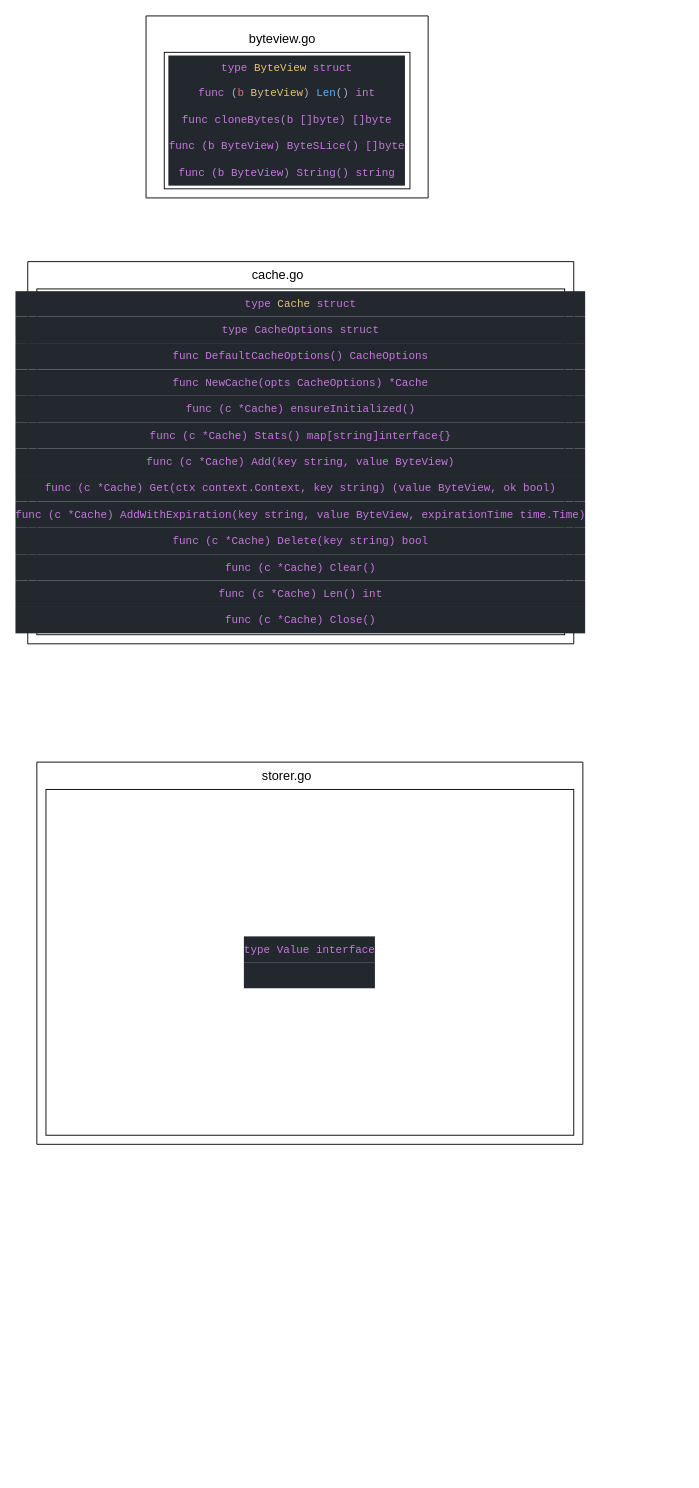
The draw.io diagram gdc.drawio in LingoRihood/GoDistributeCache, before the edit. Source tidied: cells renumbered, new cells numbered last; positions are measured from the earlier drawing's top-left corner, leaving out a move shared by most shapes. Both pictures are drawn from the tidied source at 91%, with x=0, y=0 at pixel (27, 15).
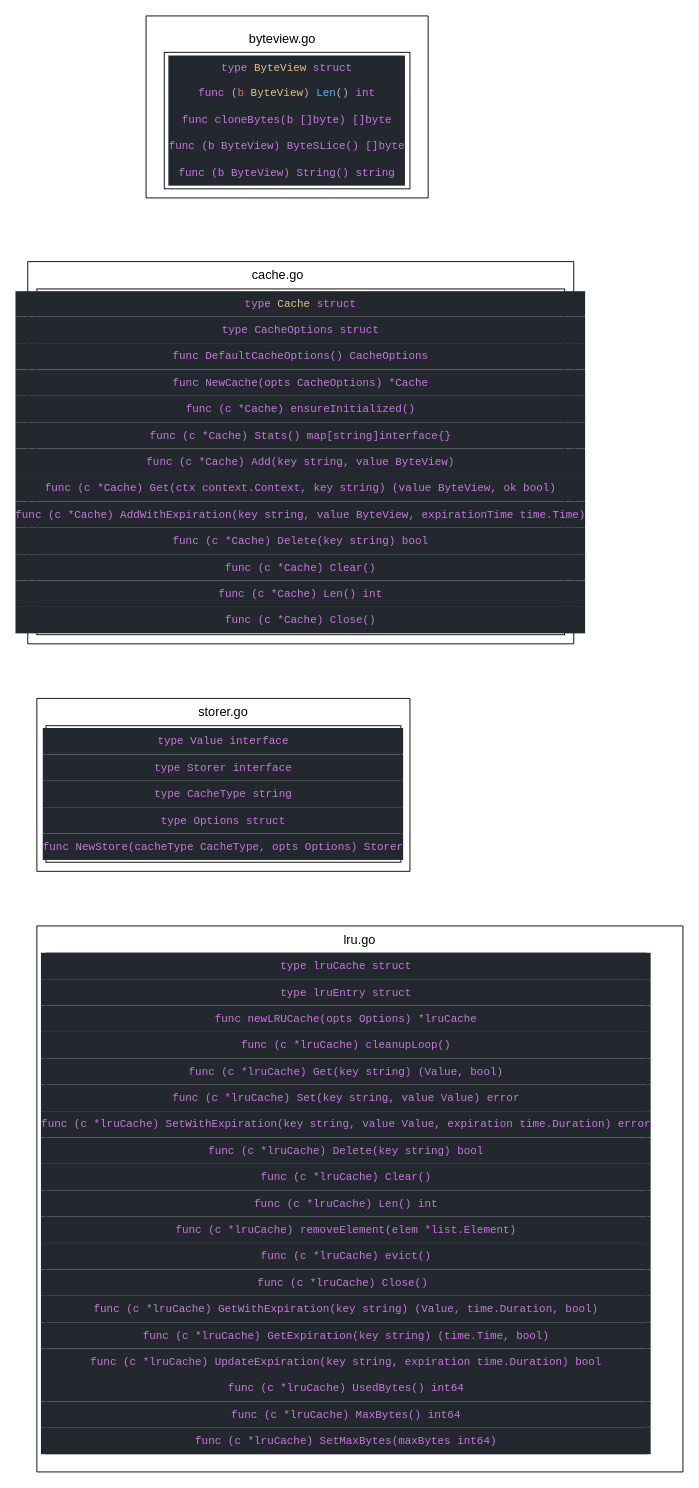
After the change.

Change to the diagram source:
```diff
@@
 <mxGraphModel>
   <root>
     <mxCell id="0" />
     <mxCell id="1" parent="0" />
     <mxCell id="2" style="swimlane;startSize=0;" parent="1" vertex="1">
       <mxGeometry x="130" width="310" height="200" as="geometry" />
     </mxCell>
     <mxCell id="3" value="&lt;div style=&quot;color: rgb(171, 178, 191); background-color: rgb(35, 39, 46); font-family: Consolas, &amp;quot;Courier New&amp;quot;, monospace; line-height: 28px; white-space: pre;&quot;&gt;&lt;font style=&quot;font-size: 12px;&quot;&gt;&lt;span style=&quot;color: rgb(198, 120, 221);&quot;&gt;type&lt;/span&gt; &lt;span style=&quot;color: rgb(229, 192, 123);&quot;&gt;ByteView&lt;/span&gt; &lt;span style=&quot;color: rgb(198, 120, 221);&quot;&gt;struct&lt;/span&gt;&lt;/font&gt;&lt;/div&gt;&lt;div style=&quot;background-color: rgb(35, 39, 46); line-height: 28px; color: rgb(171, 178, 191);&quot;&gt;&lt;font style=&quot;&quot;&gt;&lt;span style=&quot;color: rgb(198, 120, 221);&quot;&gt;&lt;div style=&quot;color: rgb(171, 178, 191); font-family: Consolas, &amp;quot;Courier New&amp;quot;, monospace; font-size: 12px; white-space: pre; line-height: 28px;&quot;&gt;&lt;span style=&quot;color: rgb(198, 120, 221);&quot;&gt;func&lt;/span&gt; (&lt;span style=&quot;color: rgb(224, 108, 117);&quot;&gt;b &lt;/span&gt;&lt;span style=&quot;color: rgb(229, 192, 123);&quot;&gt;ByteView&lt;/span&gt;) &lt;span style=&quot;color: rgb(97, 175, 239);&quot;&gt;Len&lt;/span&gt;() &lt;span style=&quot;color: rgb(198, 120, 221);&quot;&gt;int&lt;/span&gt;&lt;/div&gt;&lt;div style=&quot;color: rgb(171, 178, 191); line-height: 28px;&quot;&gt;&lt;span style=&quot;color: rgb(198, 120, 221);&quot;&gt;&lt;font color=&quot;#c678dd&quot; face=&quot;Consolas, Courier New, monospace&quot;&gt;&lt;span style=&quot;white-space: pre;&quot;&gt;func cloneBytes(b []byte) []byte&lt;/span&gt;&lt;/font&gt;&lt;/span&gt;&lt;/div&gt;&lt;div style=&quot;color: rgb(171, 178, 191); line-height: 28px;&quot;&gt;&lt;span style=&quot;color: rgb(198, 120, 221);&quot;&gt;&lt;font color=&quot;#c678dd&quot; face=&quot;Consolas, Courier New, monospace&quot;&gt;&lt;span style=&quot;white-space: pre;&quot;&gt;func (b ByteView) ByteSLice() []byte&lt;/span&gt;&lt;/font&gt;&lt;/span&gt;&lt;/div&gt;&lt;div style=&quot;line-height: 28px; color: rgb(171, 178, 191);&quot;&gt;&lt;span style=&quot;color: rgb(198, 120, 221);&quot;&gt;&lt;font color=&quot;#c678dd&quot; face=&quot;Consolas, Courier New, monospace&quot;&gt;&lt;span style=&quot;white-space: pre;&quot;&gt;func (b ByteView) String() string&lt;/span&gt;&lt;/font&gt;&lt;/span&gt;&lt;/div&gt;&lt;/span&gt;&lt;/font&gt;&lt;/div&gt;" style="whiteSpace=wrap;html=1;" parent="2" vertex="1">
       <mxGeometry x="20" y="40" width="270" height="150" as="geometry" />
     </mxCell>
     <mxCell id="4" style="swimlane;startSize=0;" parent="1" vertex="1">
       <mxGeometry y="270" width="600" height="420" as="geometry" />
     </mxCell>
     <mxCell id="5" value="&lt;font style=&quot;font-size: 14px;&quot;&gt;cache.go&lt;/font&gt;" style="text;html=1;whiteSpace=wrap;strokeColor=none;fillColor=none;align=center;verticalAlign=middle;rounded=0;" parent="4" vertex="1">
       <mxGeometry x="225" width="100" height="30" as="geometry" />
     </mxCell>
     <mxCell id="6" value="&lt;font style=&quot;font-size: 14px;&quot;&gt;byteview.go&lt;/font&gt;" style="text;html=1;whiteSpace=wrap;strokeColor=none;fillColor=none;align=center;verticalAlign=middle;rounded=0;" parent="1" vertex="1">
       <mxGeometry x="230" y="10" width="100" height="30" as="geometry" />
     </mxCell>
     <mxCell id="7" value="&lt;div style=&quot;color: rgb(171, 178, 191); background-color: rgb(35, 39, 46); font-family: Consolas, &amp;quot;Courier New&amp;quot;, monospace; line-height: 28px; white-space: pre;&quot;&gt;&lt;font style=&quot;font-size: 12px;&quot;&gt;&lt;span style=&quot;color: rgb(198, 120, 221);&quot;&gt;type&lt;/span&gt; &lt;span style=&quot;color: rgb(229, 192, 123);&quot;&gt;Cache&lt;/span&gt; &lt;span style=&quot;color: rgb(198, 120, 221);&quot;&gt;struct&lt;/span&gt;&lt;/font&gt;&lt;/div&gt;&lt;div style=&quot;background-color: rgb(35, 39, 46); line-height: 28px; color: rgb(171, 178, 191);&quot;&gt;&lt;font style=&quot;&quot;&gt;&lt;span style=&quot;color: rgb(198, 120, 221);&quot;&gt;&lt;font color=&quot;#c678dd&quot; face=&quot;Consolas, Courier New, monospace&quot;&gt;&lt;span style=&quot;white-space: pre;&quot;&gt;type CacheOptions struct&lt;/span&gt;&lt;/font&gt;&lt;/span&gt;&lt;/font&gt;&lt;/div&gt;&lt;div style=&quot;background-color: rgb(35, 39, 46); line-height: 28px; color: rgb(171, 178, 191);&quot;&gt;&lt;font style=&quot;&quot;&gt;&lt;span style=&quot;color: rgb(198, 120, 221);&quot;&gt;&lt;font color=&quot;#c678dd&quot; face=&quot;Consolas, Courier New, monospace&quot;&gt;&lt;span style=&quot;white-space: pre;&quot;&gt;func DefaultCacheOptions() CacheOptions&lt;/span&gt;&lt;/font&gt;&lt;/span&gt;&lt;/font&gt;&lt;/div&gt;&lt;div style=&quot;background-color: rgb(35, 39, 46); line-height: 28px; color: rgb(171, 178, 191);&quot;&gt;&lt;font style=&quot;&quot;&gt;&lt;span style=&quot;color: rgb(198, 120, 221);&quot;&gt;&lt;font color=&quot;#c678dd&quot; face=&quot;Consolas, Courier New, monospace&quot;&gt;&lt;span style=&quot;white-space: pre;&quot;&gt;func NewCache(opts CacheOptions) *Cache&lt;/span&gt;&lt;/font&gt;&lt;/span&gt;&lt;/font&gt;&lt;/div&gt;&lt;div style=&quot;background-color: rgb(35, 39, 46); line-height: 28px; color: rgb(171, 178, 191);&quot;&gt;&lt;font style=&quot;&quot;&gt;&lt;span style=&quot;color: rgb(198, 120, 221);&quot;&gt;&lt;font color=&quot;#c678dd&quot; face=&quot;Consolas, Courier New, monospace&quot;&gt;&lt;span style=&quot;white-space: pre;&quot;&gt;func (c *Cache) ensureInitialized()&lt;/span&gt;&lt;/font&gt;&lt;/span&gt;&lt;/font&gt;&lt;/div&gt;&lt;div style=&quot;background-color: rgb(35, 39, 46); line-height: 28px; color: rgb(171, 178, 191);&quot;&gt;&lt;font style=&quot;&quot;&gt;&lt;span style=&quot;color: rgb(198, 120, 221);&quot;&gt;&lt;font color=&quot;#c678dd&quot; face=&quot;Consolas, Courier New, monospace&quot;&gt;&lt;span style=&quot;white-space: pre;&quot;&gt;func (c *Cache) Stats() map[string]interface{}&lt;/span&gt;&lt;/font&gt;&lt;/span&gt;&lt;/font&gt;&lt;/div&gt;&lt;div style=&quot;background-color: rgb(35, 39, 46); line-height: 28px; color: rgb(171, 178, 191);&quot;&gt;&lt;font style=&quot;&quot;&gt;&lt;span style=&quot;color: rgb(198, 120, 221);&quot;&gt;&lt;font color=&quot;#c678dd&quot; face=&quot;Consolas, Courier New, monospace&quot;&gt;&lt;span style=&quot;white-space: pre;&quot;&gt;func (c *Cache) Add(key string, value ByteView)&lt;/span&gt;&lt;/font&gt;&lt;/span&gt;&lt;/font&gt;&lt;/div&gt;&lt;div style=&quot;background-color: rgb(35, 39, 46); line-height: 28px; color: rgb(171, 178, 191);&quot;&gt;&lt;font style=&quot;&quot;&gt;&lt;span style=&quot;color: rgb(198, 120, 221);&quot;&gt;&lt;font color=&quot;#c678dd&quot; face=&quot;Consolas, Courier New, monospace&quot;&gt;&lt;span style=&quot;white-space: pre;&quot;&gt;func (c *Cache) Get(ctx context.Context, key string) (value ByteView, ok bool)&lt;/span&gt;&lt;/font&gt;&lt;/span&gt;&lt;/font&gt;&lt;/div&gt;&lt;div style=&quot;background-color: rgb(35, 39, 46); line-height: 28px; color: rgb(171, 178, 191);&quot;&gt;&lt;font style=&quot;&quot;&gt;&lt;span style=&quot;color: rgb(198, 120, 221);&quot;&gt;&lt;font color=&quot;#c678dd&quot; face=&quot;Consolas, Courier New, monospace&quot;&gt;&lt;span style=&quot;white-space: pre;&quot;&gt;func (c *Cache) AddWithExpiration(key string, value ByteView, expirationTime time.Time)&lt;/span&gt;&lt;/font&gt;&lt;/span&gt;&lt;/font&gt;&lt;/div&gt;&lt;div style=&quot;background-color: rgb(35, 39, 46); line-height: 28px; color: rgb(171, 178, 191);&quot;&gt;&lt;font style=&quot;&quot;&gt;&lt;span style=&quot;color: rgb(198, 120, 221);&quot;&gt;&lt;font color=&quot;#c678dd&quot; face=&quot;Consolas, Courier New, monospace&quot;&gt;&lt;span style=&quot;white-space: pre;&quot;&gt;func (c *Cache) Delete(key string) bool&lt;/span&gt;&lt;/font&gt;&lt;/span&gt;&lt;/font&gt;&lt;/div&gt;&lt;div style=&quot;background-color: rgb(35, 39, 46); line-height: 28px; color: rgb(171, 178, 191);&quot;&gt;&lt;font style=&quot;&quot;&gt;&lt;span style=&quot;color: rgb(198, 120, 221);&quot;&gt;&lt;font color=&quot;#c678dd&quot; face=&quot;Consolas, Courier New, monospace&quot;&gt;&lt;span style=&quot;white-space: pre;&quot;&gt;func (c *Cache) Clear()&lt;/span&gt;&lt;/font&gt;&lt;/span&gt;&lt;/font&gt;&lt;/div&gt;&lt;div style=&quot;background-color: rgb(35, 39, 46); line-height: 28px; color: rgb(171, 178, 191);&quot;&gt;&lt;font style=&quot;&quot;&gt;&lt;span style=&quot;color: rgb(198, 120, 221);&quot;&gt;&lt;font color=&quot;#c678dd&quot; face=&quot;Consolas, Courier New, monospace&quot;&gt;&lt;span style=&quot;white-space: pre;&quot;&gt;func (c *Cache) Len() int&lt;/span&gt;&lt;/font&gt;&lt;/span&gt;&lt;/font&gt;&lt;/div&gt;&lt;div style=&quot;background-color: rgb(35, 39, 46); line-height: 28px; color: rgb(171, 178, 191);&quot;&gt;&lt;font color=&quot;#c678dd&quot; face=&quot;Consolas, Courier New, monospace&quot;&gt;&lt;span style=&quot;white-space: pre;&quot;&gt;func (c *Cache) Close()&lt;/span&gt;&lt;/font&gt;&lt;/div&gt;" style="whiteSpace=wrap;html=1;" parent="1" vertex="1">
       <mxGeometry x="10" y="300" width="580" height="380" as="geometry" />
     </mxCell>
     <mxCell id="8" style="swimlane;startSize=0;" parent="1" vertex="1">
-      <mxGeometry x="10" y="820" width="600" height="420" as="geometry" />
+      <mxGeometry x="10" y="750" width="410" height="190" as="geometry" />
     </mxCell>
     <mxCell id="9" value="&lt;font style=&quot;font-size: 14px;&quot;&gt;storer.go&lt;/font&gt;" style="text;html=1;whiteSpace=wrap;strokeColor=none;fillColor=none;align=center;verticalAlign=middle;rounded=0;" parent="8" vertex="1">
-      <mxGeometry x="225" width="100" height="30" as="geometry" />
+      <mxGeometry x="155" width="100" height="30" as="geometry" />
     </mxCell>
-    <mxCell id="10" value="&lt;div style=&quot;background-color: rgb(35, 39, 46); line-height: 28px; color: rgb(171, 178, 191);&quot;&gt;&lt;font color=&quot;#c678dd&quot; face=&quot;Consolas, Courier New, monospace&quot;&gt;&lt;span style=&quot;white-space: pre;&quot;&gt;type Value interface&lt;/span&gt;&lt;/font&gt;&lt;/div&gt;&lt;div style=&quot;background-color: rgb(35, 39, 46); line-height: 28px; color: rgb(171, 178, 191);&quot;&gt;&lt;br&gt;&lt;/div&gt;" style="whiteSpace=wrap;html=1;" parent="1" vertex="1">
-      <mxGeometry x="20" y="850" width="580" height="380" as="geometry" />
+    <mxCell id="10" value="&lt;div style=&quot;background-color: rgb(35, 39, 46); line-height: 28px; color: rgb(171, 178, 191);&quot;&gt;&lt;font color=&quot;#c678dd&quot; face=&quot;Consolas, Courier New, monospace&quot;&gt;&lt;span style=&quot;white-space: pre;&quot;&gt;type Value interface&lt;/span&gt;&lt;/font&gt;&lt;/div&gt;&lt;div style=&quot;background-color: rgb(35, 39, 46); line-height: 28px; color: rgb(171, 178, 191);&quot;&gt;&lt;font color=&quot;#c678dd&quot; face=&quot;Consolas, Courier New, monospace&quot;&gt;&lt;span style=&quot;white-space: pre;&quot;&gt;type Storer interface&lt;/span&gt;&lt;/font&gt;&lt;/div&gt;&lt;div style=&quot;background-color: rgb(35, 39, 46); line-height: 28px; color: rgb(171, 178, 191);&quot;&gt;&lt;font color=&quot;#c678dd&quot; face=&quot;Consolas, Courier New, monospace&quot;&gt;&lt;span style=&quot;white-space: pre;&quot;&gt;type CacheType string&lt;/span&gt;&lt;/font&gt;&lt;/div&gt;&lt;div style=&quot;background-color: rgb(35, 39, 46); line-height: 28px; color: rgb(171, 178, 191);&quot;&gt;&lt;font color=&quot;#c678dd&quot; face=&quot;Consolas, Courier New, monospace&quot;&gt;&lt;span style=&quot;white-space: pre;&quot;&gt;type Options struct&lt;/span&gt;&lt;/font&gt;&lt;/div&gt;&lt;div style=&quot;background-color: rgb(35, 39, 46); line-height: 28px; color: rgb(171, 178, 191);&quot;&gt;&lt;font color=&quot;#c678dd&quot; face=&quot;Consolas, Courier New, monospace&quot;&gt;&lt;span style=&quot;white-space: pre;&quot;&gt;func NewStore(cacheType CacheType, opts Options) Storer&lt;/span&gt;&lt;/font&gt;&lt;/div&gt;" style="whiteSpace=wrap;html=1;" parent="1" vertex="1">
+      <mxGeometry x="20" y="780" width="390" height="150" as="geometry" />
     </mxCell>
+    <mxCell id="11" style="swimlane;startSize=0;" parent="1" vertex="1">
+      <mxGeometry x="10" y="1000" width="710" height="600" as="geometry" />
+    </mxCell>
+    <mxCell id="12" value="&lt;font style=&quot;font-size: 14px;&quot;&gt;lru.go&lt;/font&gt;" style="text;html=1;whiteSpace=wrap;strokeColor=none;fillColor=none;align=center;verticalAlign=middle;rounded=0;" parent="11" vertex="1">
+      <mxGeometry x="305" width="100" height="30" as="geometry" />
+    </mxCell>
+    <mxCell id="13" value="&lt;div style=&quot;background-color: rgb(35, 39, 46); line-height: 28px; color: rgb(171, 178, 191);&quot;&gt;&lt;font color=&quot;#c678dd&quot; face=&quot;Consolas, Courier New, monospace&quot;&gt;&lt;span style=&quot;white-space: pre;&quot;&gt;type lruCache struct&lt;/span&gt;&lt;/font&gt;&lt;/div&gt;&lt;div style=&quot;background-color: rgb(35, 39, 46); line-height: 28px; color: rgb(171, 178, 191);&quot;&gt;&lt;font color=&quot;#c678dd&quot; face=&quot;Consolas, Courier New, monospace&quot;&gt;&lt;span style=&quot;white-space: pre;&quot;&gt;type lruEntry struct&lt;/span&gt;&lt;/font&gt;&lt;/div&gt;&lt;div style=&quot;background-color: rgb(35, 39, 46); line-height: 28px; color: rgb(171, 178, 191);&quot;&gt;&lt;font color=&quot;#c678dd&quot; face=&quot;Consolas, Courier New, monospace&quot;&gt;&lt;span style=&quot;white-space: pre;&quot;&gt;func newLRUCache(opts Options) *lruCache&lt;/span&gt;&lt;/font&gt;&lt;/div&gt;&lt;div style=&quot;background-color: rgb(35, 39, 46); line-height: 28px; color: rgb(171, 178, 191);&quot;&gt;&lt;font color=&quot;#c678dd&quot; face=&quot;Consolas, Courier New, monospace&quot;&gt;&lt;span style=&quot;white-space: pre;&quot;&gt;func (c *lruCache) cleanupLoop()&lt;/span&gt;&lt;/font&gt;&lt;/div&gt;&lt;div style=&quot;background-color: rgb(35, 39, 46); line-height: 28px; color: rgb(171, 178, 191);&quot;&gt;&lt;font color=&quot;#c678dd&quot; face=&quot;Consolas, Courier New, monospace&quot;&gt;&lt;span style=&quot;white-space: pre;&quot;&gt;func (c *lruCache) Get(key string) (Value, bool)&lt;/span&gt;&lt;/font&gt;&lt;/div&gt;&lt;div style=&quot;background-color: rgb(35, 39, 46); line-height: 28px; color: rgb(171, 178, 191);&quot;&gt;&lt;font color=&quot;#c678dd&quot; face=&quot;Consolas, Courier New, monospace&quot;&gt;&lt;span style=&quot;white-space: pre;&quot;&gt;func (c *lruCache) Set(key string, value Value) error&lt;/span&gt;&lt;/font&gt;&lt;/div&gt;&lt;div style=&quot;background-color: rgb(35, 39, 46); line-height: 28px; color: rgb(171, 178, 191);&quot;&gt;&lt;font color=&quot;#c678dd&quot; face=&quot;Consolas, Courier New, monospace&quot;&gt;&lt;span style=&quot;white-space: pre;&quot;&gt;func (c *lruCache) SetWithExpiration(key string, value Value, expiration time.Duration) error&lt;/span&gt;&lt;/font&gt;&lt;/div&gt;&lt;div style=&quot;background-color: rgb(35, 39, 46); line-height: 28px; color: rgb(171, 178, 191);&quot;&gt;&lt;font color=&quot;#c678dd&quot; face=&quot;Consolas, Courier New, monospace&quot;&gt;&lt;span style=&quot;white-space: pre;&quot;&gt;func (c *lruCache) Delete(key string) bool&lt;/span&gt;&lt;/font&gt;&lt;/div&gt;&lt;div style=&quot;background-color: rgb(35, 39, 46); line-height: 28px; color: rgb(171, 178, 191);&quot;&gt;&lt;font color=&quot;#c678dd&quot; face=&quot;Consolas, Courier New, monospace&quot;&gt;&lt;span style=&quot;white-space: pre;&quot;&gt;func (c *lruCache) Clear()&lt;/span&gt;&lt;/font&gt;&lt;/div&gt;&lt;div style=&quot;background-color: rgb(35, 39, 46); line-height: 28px; color: rgb(171, 178, 191);&quot;&gt;&lt;font color=&quot;#c678dd&quot; face=&quot;Consolas, Courier New, monospace&quot;&gt;&lt;span style=&quot;white-space: pre;&quot;&gt;func (c *lruCache) Len() int&lt;/span&gt;&lt;/font&gt;&lt;/div&gt;&lt;div style=&quot;background-color: rgb(35, 39, 46); line-height: 28px; color: rgb(171, 178, 191);&quot;&gt;&lt;font color=&quot;#c678dd&quot; face=&quot;Consolas, Courier New, monospace&quot;&gt;&lt;span style=&quot;white-space: pre;&quot;&gt;func (c *lruCache) removeElement(elem *list.Element)&lt;/span&gt;&lt;/font&gt;&lt;/div&gt;&lt;div style=&quot;background-color: rgb(35, 39, 46); line-height: 28px; color: rgb(171, 178, 191);&quot;&gt;&lt;font color=&quot;#c678dd&quot; face=&quot;Consolas, Courier New, monospace&quot;&gt;&lt;span style=&quot;white-space: pre;&quot;&gt;func (c *lruCache) evict()&lt;/span&gt;&lt;/font&gt;&lt;/div&gt;&lt;div style=&quot;background-color: rgb(35, 39, 46); line-height: 28px; color: rgb(171, 178, 191);&quot;&gt;&lt;font color=&quot;#c678dd&quot; face=&quot;Consolas, Courier New, monospace&quot;&gt;&lt;span style=&quot;white-space: pre;&quot;&gt;func (c *lruCache) Close()&amp;nbsp;&lt;/span&gt;&lt;/font&gt;&lt;/div&gt;&lt;div style=&quot;background-color: rgb(35, 39, 46); line-height: 28px; color: rgb(171, 178, 191);&quot;&gt;&lt;font color=&quot;#c678dd&quot; face=&quot;Consolas, Courier New, monospace&quot;&gt;&lt;span style=&quot;white-space: pre;&quot;&gt;func (c *lruCache) GetWithExpiration(key string) (Value, time.Duration, bool)&lt;/span&gt;&lt;/font&gt;&lt;/div&gt;&lt;div style=&quot;background-color: rgb(35, 39, 46); line-height: 28px; color: rgb(171, 178, 191);&quot;&gt;&lt;font color=&quot;#c678dd&quot; face=&quot;Consolas, Courier New, monospace&quot;&gt;&lt;span style=&quot;white-space: pre;&quot;&gt;func (c *lruCache) GetExpiration(key string) (time.Time, bool)&lt;/span&gt;&lt;/font&gt;&lt;/div&gt;&lt;div style=&quot;background-color: rgb(35, 39, 46); line-height: 28px; color: rgb(171, 178, 191);&quot;&gt;&lt;font color=&quot;#c678dd&quot; face=&quot;Consolas, Courier New, monospace&quot;&gt;&lt;span style=&quot;white-space: pre;&quot;&gt;func (c *lruCache) UpdateExpiration(key string, expiration time.Duration) bool&lt;/span&gt;&lt;/font&gt;&lt;/div&gt;&lt;div style=&quot;background-color: rgb(35, 39, 46); line-height: 28px; color: rgb(171, 178, 191);&quot;&gt;&lt;font color=&quot;#c678dd&quot; face=&quot;Consolas, Courier New, monospace&quot;&gt;&lt;span style=&quot;white-space: pre;&quot;&gt;func (c *lruCache) UsedBytes() int64&lt;/span&gt;&lt;/font&gt;&lt;/div&gt;&lt;div style=&quot;background-color: rgb(35, 39, 46); line-height: 28px; color: rgb(171, 178, 191);&quot;&gt;&lt;font color=&quot;#c678dd&quot; face=&quot;Consolas, Courier New, monospace&quot;&gt;&lt;span style=&quot;white-space: pre;&quot;&gt;func (c *lruCache) MaxBytes() int64&lt;/span&gt;&lt;/font&gt;&lt;/div&gt;&lt;div style=&quot;background-color: rgb(35, 39, 46); line-height: 28px; color: rgb(171, 178, 191);&quot;&gt;&lt;font color=&quot;#c678dd&quot; face=&quot;Consolas, Courier New, monospace&quot;&gt;&lt;span style=&quot;white-space: pre;&quot;&gt;func (c *lruCache) SetMaxBytes(maxBytes int64)&lt;/span&gt;&lt;/font&gt;&lt;/div&gt;" style="whiteSpace=wrap;html=1;" parent="1" vertex="1">
+      <mxGeometry x="20" y="1030" width="660" height="550" as="geometry" />
+    </mxCell>
   </root>
 </mxGraphModel>
```
